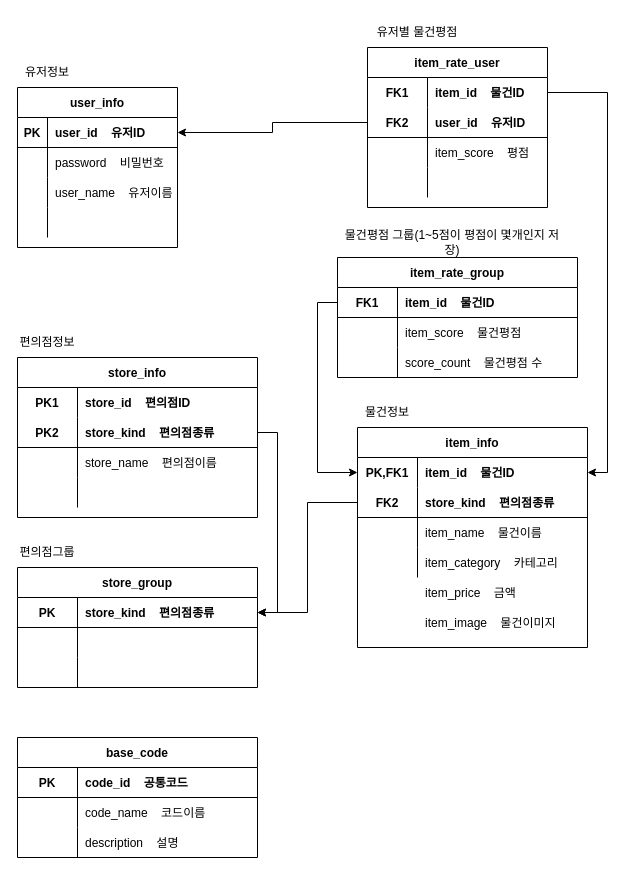
The draw.io diagram project_document/diagram/guru.drawio in CVS-GURU/CVS-GURU-BACK, before the edit. Source tidied: cells renumbered, new cells numbered last; positions are measured from the earlier drawing's top-left corner, leaving out a move shared by most shapes. Both pictures are drawn from the tidied source at 100%, with x=0, y=0 at pixel (17, 17).
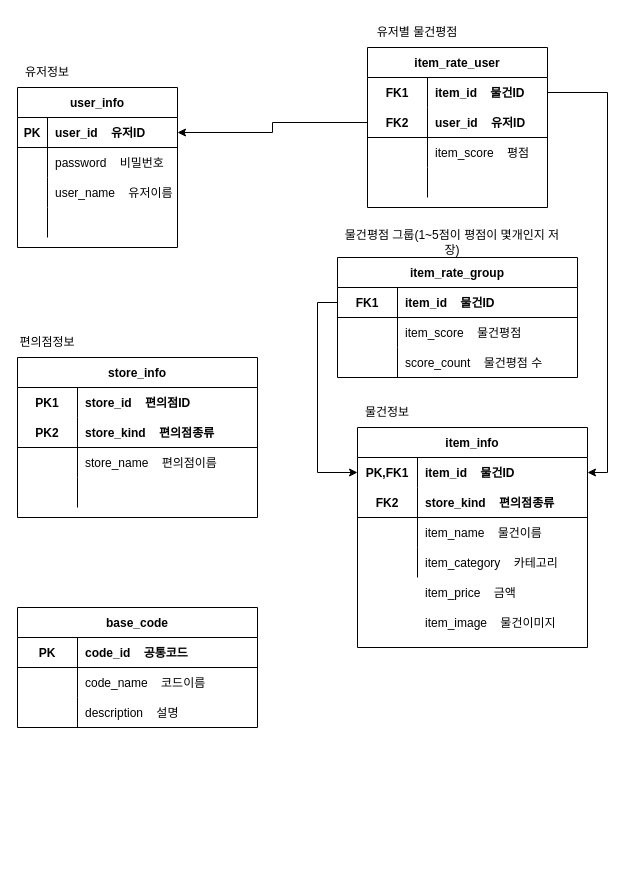
Above is the later version.

Commit message (it also covers changes not shown here):
📝 [DOCS] : 불필요 테이블 삭제 및 FK 삭제 📝 [DOCS] : 테이블 생성 스크립트 수정 및 draw.io 수정

The change refers to these unchanged cells:
```xml
<mxCell id="38" style="shape=partialRectangle;fillColor=none;top=0;left=0;bottom=1;right=0;points=[[0,0.5],[1,0.5]];portConstraint=eastwest;" parent="34" vertex="1">
  <mxGeometry y="60" width="240" height="30" as="geometry" />
</mxCell>
<mxCell id="51" style="shape=partialRectangle;fillColor=none;top=0;left=0;bottom=1;right=0;points=[[0,0.5],[1,0.5]];portConstraint=eastwest;" parent="47" vertex="1">
  <mxGeometry y="60" width="230" height="30" as="geometry" />
</mxCell>
```

Diff of the diagram source:
```diff
@@
-    <mxCell id="62" style="edgeStyle=orthogonalEdgeStyle;rounded=0;jettySize=auto;html=1;exitX=0;exitY=0.5;exitDx=0;exitDy=0;entryX=1;entryY=0.5;entryDx=0;entryDy=0;" parent="1" edge="1" source="51" target="64">
-      <mxGeometry relative="1" as="geometry" />
-    </mxCell>
-    <mxCell id="63" value="store_group" style="shape=table;startSize=30;childLayout=tableLayout;rowLines=0;fontStyle=1;align=center;" parent="1" vertex="1">
-      <mxGeometry y="550" width="240" height="120" as="geometry" />
-    </mxCell>
-    <mxCell id="64" style="shape=partialRectangle;fillColor=none;top=0;left=0;bottom=1;right=0;points=[[0,0.5],[1,0.5]];portConstraint=eastwest;" parent="63" vertex="1">
-      <mxGeometry y="30" width="240" height="30" as="geometry" />
-    </mxCell>
-    <mxCell id="65" value="PK" style="shape=partialRectangle;fillColor=none;top=0;left=0;bottom=0;right=0;fontStyle=1;overflow=hidden;" parent="64" vertex="1">
-      <mxGeometry width="60" height="30" as="geometry" />
-    </mxCell>
-    <mxCell id="66" value="store_kind    편의점종류" style="shape=partialRectangle;fillColor=none;top=0;left=0;bottom=0;right=0;align=left;spacingLeft=6;fontStyle=1;overflow=hidden;" parent="64" vertex="1">
-      <mxGeometry x="60" width="180" height="30" as="geometry" />
-    </mxCell>
-    <mxCell id="67" style="shape=partialRectangle;fillColor=none;top=0;left=0;bottom=0;right=0;" parent="63" vertex="1">
-      <mxGeometry y="60" width="240" height="30" as="geometry" />
-    </mxCell>
-    <mxCell id="68" style="shape=partialRectangle;fillColor=none;top=0;left=0;bottom=0;right=0;overflow=hidden;" parent="67" vertex="1">
-      <mxGeometry width="60" height="30" as="geometry" />
-    </mxCell>
-    <mxCell id="69" style="shape=partialRectangle;fillColor=none;top=0;left=0;bottom=0;right=0;align=left;spacingLeft=6;overflow=hidden;" parent="67" vertex="1">
-      <mxGeometry x="60" width="180" height="30" as="geometry" />
-    </mxCell>
-    <mxCell id="70" style="shape=partialRectangle;fillColor=none;top=0;left=0;bottom=0;right=0;" parent="63" vertex="1">
-      <mxGeometry y="90" width="240" height="30" as="geometry" />
-    </mxCell>
-    <mxCell id="71" style="shape=partialRectangle;fillColor=none;top=0;left=0;bottom=0;right=0;overflow=hidden;" parent="70" vertex="1">
-      <mxGeometry width="60" height="30" as="geometry" />
-    </mxCell>
-    <mxCell id="72" style="shape=partialRectangle;fillColor=none;top=0;left=0;bottom=0;right=0;align=left;spacingLeft=6;overflow=hidden;" parent="70" vertex="1">
-      <mxGeometry x="60" width="180" height="30" as="geometry" />
-    </mxCell>
-    <mxCell id="73" style="edgeStyle=orthogonalEdgeStyle;rounded=0;jettySize=auto;html=1;exitX=1;exitY=0.5;exitDx=0;exitDy=0;entryX=1;entryY=0.5;entryDx=0;entryDy=0;" parent="1" edge="1" source="38" target="64">
-      <mxGeometry relative="1" as="geometry" />
-    </mxCell>
-    <mxCell id="74" value="편의점그룹" style="text;html=1;strokeColor=none;fillColor=none;align=center;verticalAlign=middle;whiteSpace=wrap;rounded=0;" parent="1" vertex="1">
-      <mxGeometry y="520" width="60" height="30" as="geometry" />
-    </mxCell>
@@
     <mxCell id="89" value="base_code" style="shape=table;startSize=30;childLayout=tableLayout;rowLines=0;fontStyle=1;align=center;" parent="1" vertex="1">
-      <mxGeometry y="720" width="240" height="120" as="geometry" />
+      <mxGeometry y="590" width="240" height="120" as="geometry" />
     </mxCell>
```
